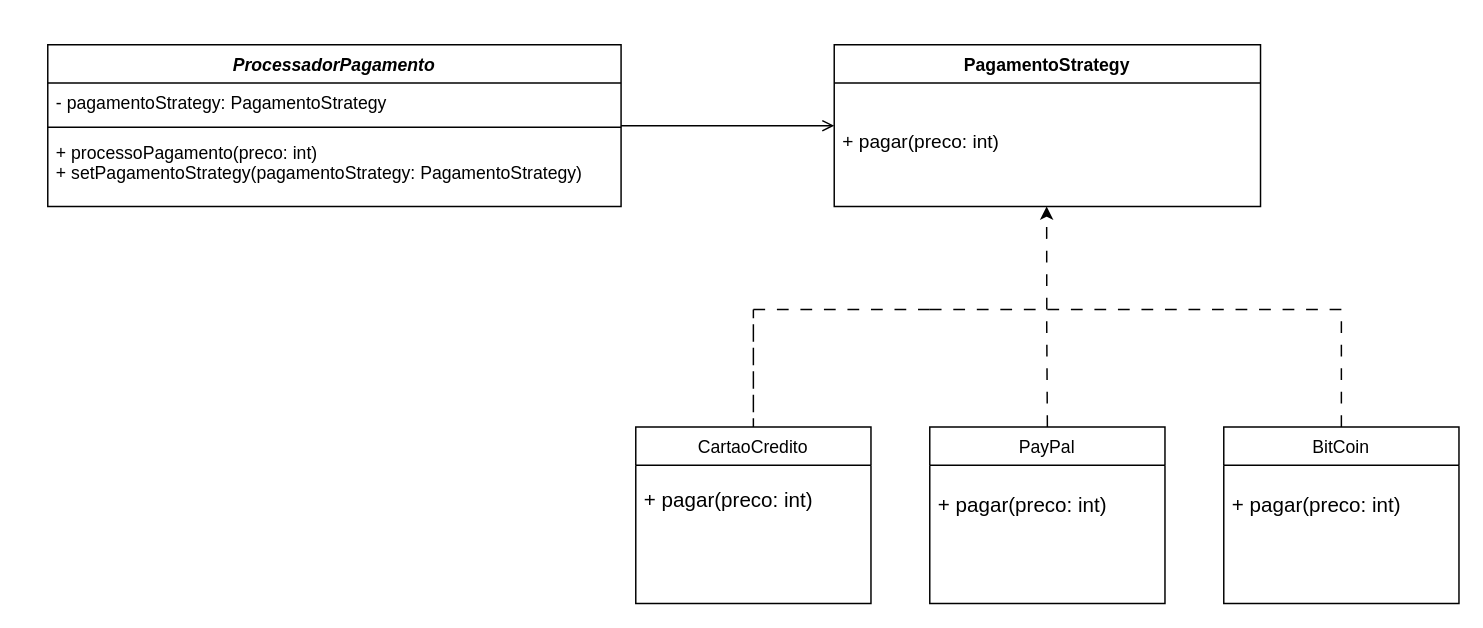
The draw.io diagram Engenharia lll/Strategy/DiagramaClasses/strategy.drawio in NicolasPereira06/bertoti, before the edit. Source tidied: cells renumbered, new cells numbered last; positions are measured from the earlier drawing's top-left corner, leaving out a move shared by most shapes. Both pictures are drawn from the tidied source at 147%, with x=0, y=0 at pixel (47, 44).
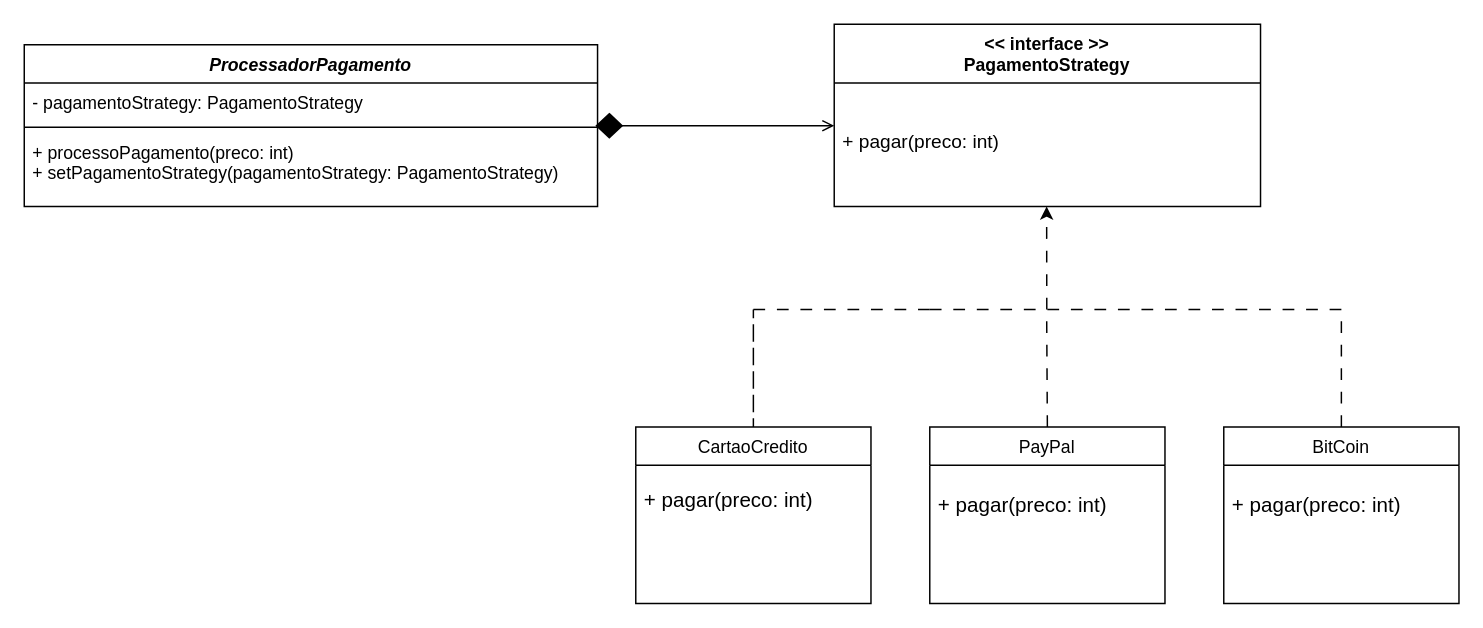
The same page after the edit.

The edit, as a diff of the source:
```diff
@@
     <mxCell id="2" value="ProcessadorPagamento" style="swimlane;fontStyle=3;align=center;verticalAlign=top;horizontal=1;startSize=26;rounded=0;shadow=0;strokeWidth=1;" parent="1" vertex="1">
-      <mxGeometry width="390" height="110" as="geometry" />
+      <mxGeometry x="-16" width="390" height="110" as="geometry" />
     </mxCell>
@@
-    <mxCell id="10" value="PagamentoStrategy" style="swimlane;fontStyle=1;align=center;verticalAlign=top;horizontal=1;startSize=26;rounded=0;shadow=0;strokeWidth=1;spacing=2;" parent="1" vertex="1">
-      <mxGeometry x="535" width="290" height="110" as="geometry" />
+    <mxCell id="10" value="&lt;&lt; interface &gt;&gt;&#10;PagamentoStrategy" style="swimlane;fontStyle=1;align=center;verticalAlign=top;horizontal=1;startSize=40;rounded=0;shadow=0;strokeWidth=1;spacing=2;" parent="1" vertex="1">
+      <mxGeometry x="535" y="-14" width="290" height="124" as="geometry" />
     </mxCell>
     <mxCell id="11" value="+ pagar(preco: int)" style="text;align=left;verticalAlign=top;spacingLeft=4;spacingRight=4;overflow=hidden;strokeWidth=1;spacingTop=26;fontSize=13;" parent="10" vertex="1">
-      <mxGeometry y="26" width="290" height="84" as="geometry" />
+      <mxGeometry y="40" width="290" height="84" as="geometry" />
     </mxCell>
-    <mxCell id="12" style="endArrow=open;shadow=0;strokeWidth=1;rounded=0;endFill=1;edgeStyle=elbowEdgeStyle;elbow=vertical;" parent="1" edge="1" source="2" target="10">
+    <mxCell id="12" style="endArrow=open;shadow=0;strokeWidth=1;rounded=0;endFill=1;edgeStyle=elbowEdgeStyle;elbow=vertical;" parent="1" edge="1" source="22" target="10">
       <mxGeometry x="0.5" y="41" relative="1" as="geometry">
         <mxPoint x="-40" y="32" as="offset" />
       </mxGeometry>
     </mxCell>
@@
+    <mxCell id="21" style="endArrow=open;shadow=0;strokeWidth=1;rounded=0;endFill=1;edgeStyle=elbowEdgeStyle;elbow=vertical;" parent="1" edge="1" source="2" target="22">
+      <mxGeometry x="0.5" y="41" relative="1" as="geometry">
+        <mxPoint x="-40" y="32" as="offset" />
+      </mxGeometry>
+    </mxCell>
+    <mxCell id="22" style="strokeWidth=2;html=1;shape=mxgraph.flowchart.decision;whiteSpace=wrap;strokeColor=#000000;fillColor=#000000;fontColor=#000000;" parent="1" vertex="1">
+      <mxGeometry x="374" y="47.5" width="16" height="15" as="geometry" />
+    </mxCell>
```
